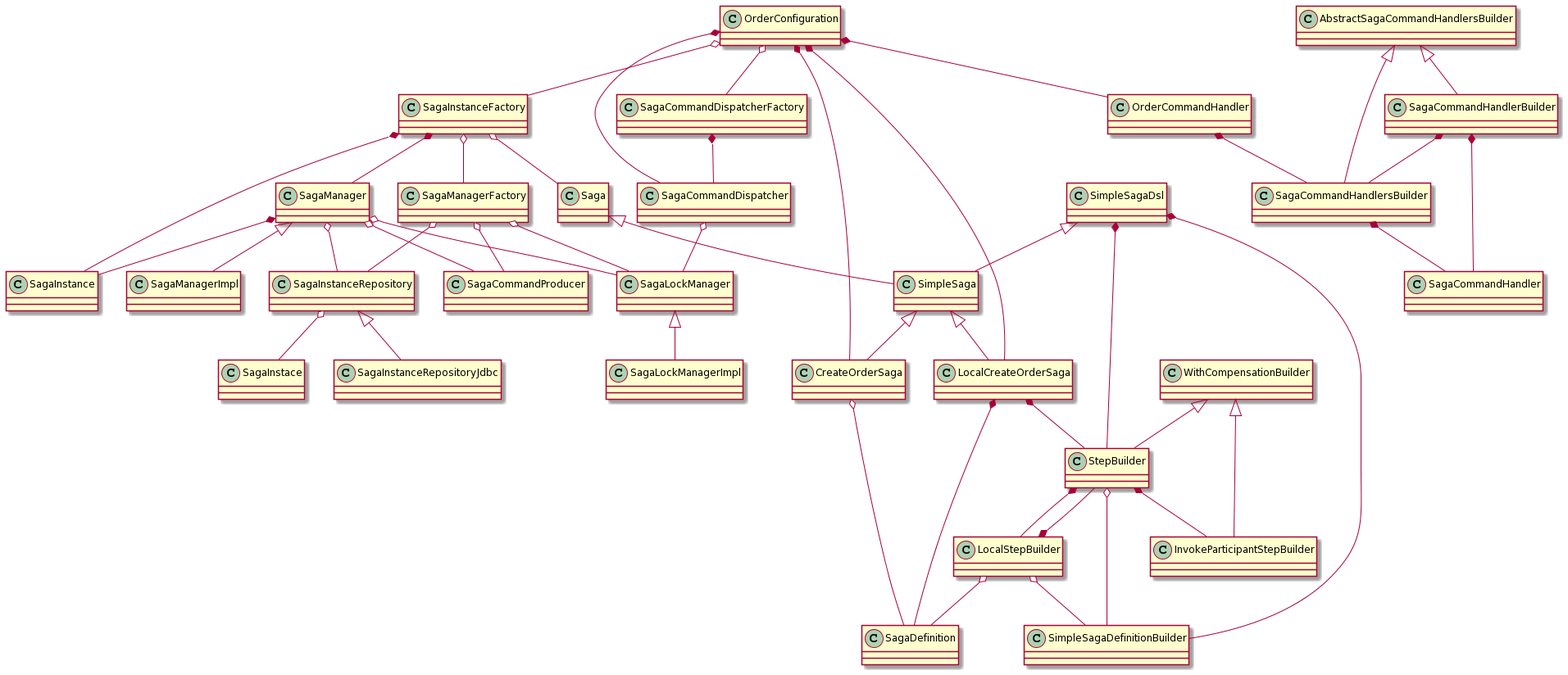
This is docs/design/orders-orchestration.diagram.png from eventuate-tram/eventuate-tram-sagas, a PlantUML export, as it was before one commit. Source of this version:
```plantuml
@startuml
OrderConfiguration *-- SagaCommandDispatcher
OrderConfiguration o-- SagaCommandDispatcherFactory
OrderConfiguration *-- OrderCommandHandler
OrderConfiguration *-- CreateOrderSaga
OrderConfiguration *-- LocalCreateOrderSaga
OrderConfiguration o-- SagaInstanceFactory

SagaInstanceFactory o-- SagaManagerFactory
SagaInstanceFactory *-- SagaManager
SagaInstanceFactory *-- SagaInstance
SagaInstanceFactory o-- Saga

SagaManagerFactory o-- SagaLockManager
SagaManagerFactory o-- SagaInstanceRepository
SagaManagerFactory o-- SagaCommandProducer

SagaManager o-- SagaLockManager
SagaManager o-- SagaInstanceRepository
SagaManager o-- SagaCommandProducer

SagaInstanceRepository o-- SagaInstace
SagaInstanceRepository <|-- SagaInstanceRepositoryJdbc

SagaManager *-- SagaInstance
SagaManager <|-- SagaManagerImpl

CreateOrderSaga o-- SagaDefinition
SimpleSaga <|-- LocalCreateOrderSaga

LocalCreateOrderSaga *-- StepBuilder
LocalCreateOrderSaga *-- SagaDefinition

SimpleSaga <|-- CreateOrderSaga
Saga <|-- SimpleSaga
SimpleSagaDsl <|-- SimpleSaga

SimpleSagaDsl *-- StepBuilder
SimpleSagaDsl *-- SimpleSagaDefinitionBuilder
StepBuilder o-- SimpleSagaDefinitionBuilder
StepBuilder *-- InvokeParticipantStepBuilder
StepBuilder *-- LocalStepBuilder
LocalStepBuilder o-- SimpleSagaDefinitionBuilder
LocalStepBuilder *-- StepBuilder
LocalStepBuilder o-- SagaDefinition
WithCompensationBuilder <|-- StepBuilder
WithCompensationBuilder <|-- InvokeParticipantStepBuilder

SagaCommandDispatcherFactory *-- SagaCommandDispatcher
SagaCommandDispatcher o-- SagaLockManager
SagaLockManager <|-- SagaLockManagerImpl

AbstractSagaCommandHandlersBuilder <|-- SagaCommandHandlerBuilder
AbstractSagaCommandHandlersBuilder <|-- SagaCommandHandlersBuilder

OrderCommandHandler *-- SagaCommandHandlersBuilder
SagaCommandHandlerBuilder *-- SagaCommandHandlersBuilder
SagaCommandHandlerBuilder *-- SagaCommandHandler
SagaCommandHandlersBuilder *-- SagaCommandHandler
@enduml
```
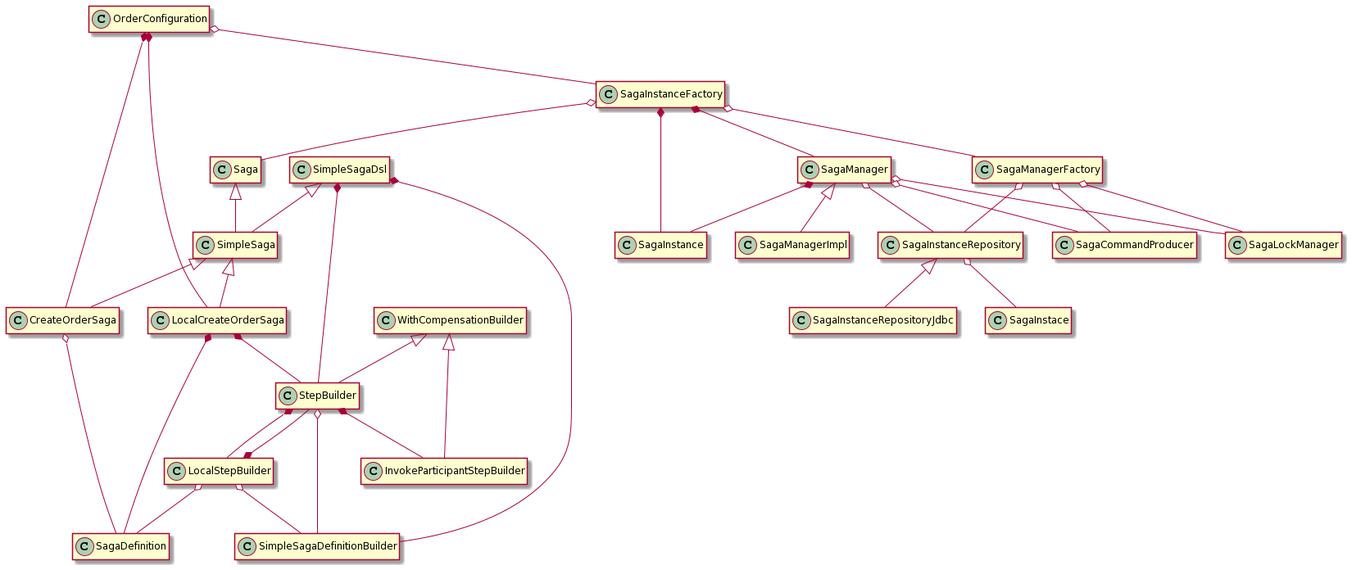
Above is the later version.

What changed in the source:
```diff
@@ -1,7 +1,5 @@
 @startuml
-OrderConfiguration *-- SagaCommandDispatcher
-OrderConfiguration o-- SagaCommandDispatcherFactory
-OrderConfiguration *-- OrderCommandHandler
+hide empty members
 OrderConfiguration *-- CreateOrderSaga
 OrderConfiguration *-- LocalCreateOrderSaga
 OrderConfiguration o-- SagaInstanceFactory
@@ -45,16 +43,4 @@
 LocalStepBuilder o-- SagaDefinition
 WithCompensationBuilder <|-- StepBuilder
 WithCompensationBuilder <|-- InvokeParticipantStepBuilder
-
-SagaCommandDispatcherFactory *-- SagaCommandDispatcher
-SagaCommandDispatcher o-- SagaLockManager
-SagaLockManager <|-- SagaLockManagerImpl
-
-AbstractSagaCommandHandlersBuilder <|-- SagaCommandHandlerBuilder
-AbstractSagaCommandHandlersBuilder <|-- SagaCommandHandlersBuilder
-
-OrderCommandHandler *-- SagaCommandHandlersBuilder
-SagaCommandHandlerBuilder *-- SagaCommandHandlersBuilder
-SagaCommandHandlerBuilder *-- SagaCommandHandler
-SagaCommandHandlersBuilder *-- SagaCommandHandler
 @enduml
```
